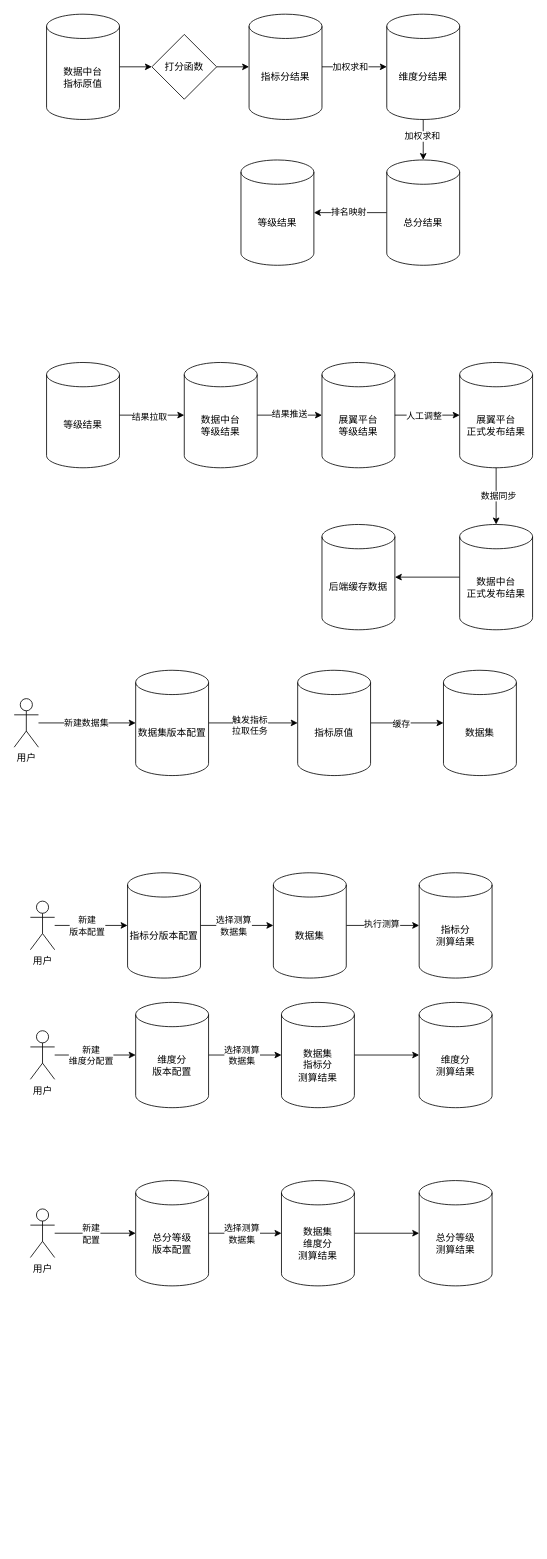
Earlier version of the draw.io diagram 友邦/友邦agent grade数据流程图.drawio (XiaoLiuAI/diagrams). Source tidied: cells renumbered, new cells numbered last; positions are measured from the earlier drawing's top-left corner, leaving out a move shared by most shapes. Both pictures are drawn from the tidied source at 81%, with x=0, y=0 at pixel (14, 14).
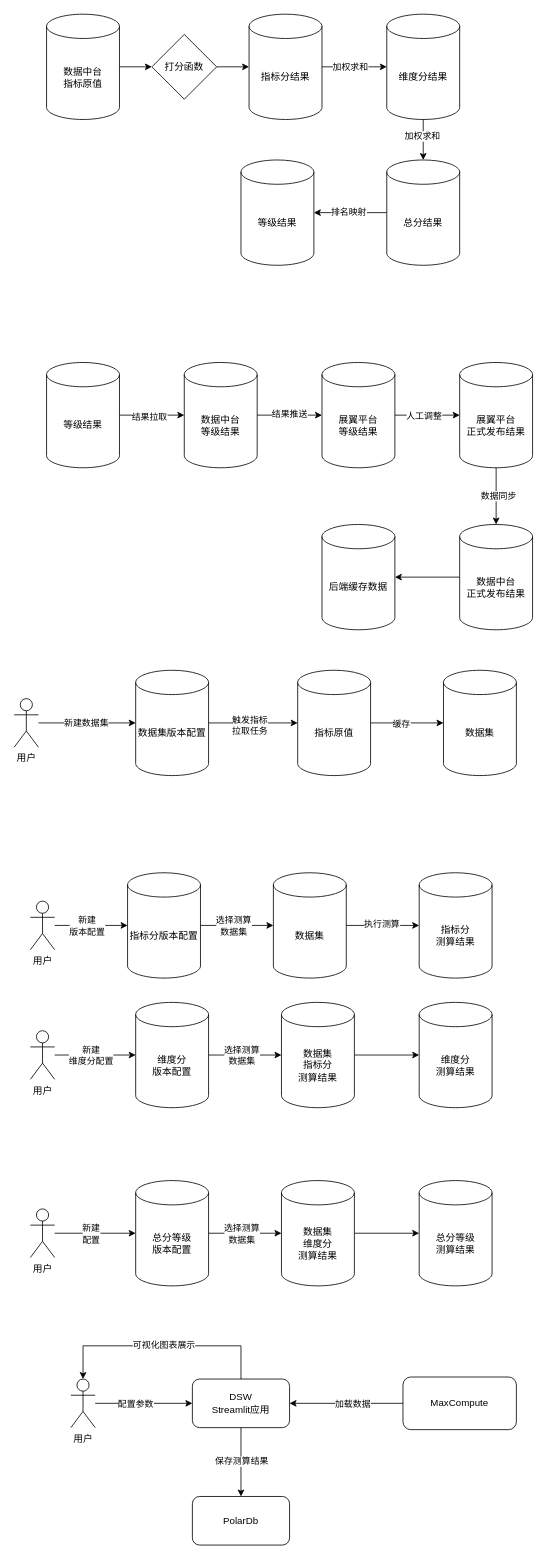
The same diagram, later.

Commit message:
Update 友邦agent grade数据流程图.drawio

What changed in the source:
```diff
@@
+    <mxCell id="69" style="edgeStyle=orthogonalEdgeStyle;rounded=0;jettySize=auto;html=1;" parent="1" edge="1" source="71" target="74">
+      <mxGeometry relative="1" as="geometry" />
+    </mxCell>
+    <mxCell id="70" value="配置参数" style="edgeLabel;html=1;align=center;verticalAlign=middle;" parent="69" vertex="1">
+      <mxGeometry x="-0.18" relative="1" as="geometry" />
+    </mxCell>
+    <mxCell id="71" value="用户" style="shape=umlActor;verticalLabelPosition=bottom;verticalAlign=top;html=1;outlineConnect=0;" parent="1" vertex="1">
+      <mxGeometry x="70" y="1685" width="30" height="60" as="geometry" />
+    </mxCell>
+    <mxCell id="72" style="edgeStyle=orthogonalEdgeStyle;rounded=0;jettySize=auto;html=1;entryX=0.5;entryY=0;entryDx=0;entryDy=0;" parent="1" edge="1" source="74" target="78">
+      <mxGeometry relative="1" as="geometry" />
+    </mxCell>
+    <mxCell id="73" value="保存测算结果" style="edgeLabel;html=1;align=center;verticalAlign=middle;" parent="72" vertex="1">
+      <mxGeometry x="-0.04" relative="1" as="geometry" />
+    </mxCell>
+    <mxCell id="74" value="&lt;div&gt;DSW&lt;/div&gt;Streamlit应用" style="rounded=1;whiteSpace=wrap;html=1;" parent="1" vertex="1">
+      <mxGeometry x="220" y="1685" width="120" height="60" as="geometry" />
+    </mxCell>
+    <mxCell id="75" style="edgeStyle=orthogonalEdgeStyle;rounded=0;jettySize=auto;html=1;" parent="1" edge="1" source="77" target="74">
+      <mxGeometry relative="1" as="geometry" />
+    </mxCell>
+    <mxCell id="76" value="加载数据" style="edgeLabel;html=1;align=center;verticalAlign=middle;" parent="75" vertex="1">
+      <mxGeometry x="-0.1" relative="1" as="geometry" />
+    </mxCell>
+    <mxCell id="77" value="MaxCompute" style="rounded=1;whiteSpace=wrap;html=1;" parent="1" vertex="1">
+      <mxGeometry x="480" y="1682.5" width="140" height="65" as="geometry" />
+    </mxCell>
+    <mxCell id="78" value="PolarDb&lt;div&gt;&lt;/div&gt;" style="rounded=1;whiteSpace=wrap;html=1;" parent="1" vertex="1">
+      <mxGeometry x="220" y="1830" width="120" height="60" as="geometry" />
+    </mxCell>
+    <mxCell id="79" style="edgeStyle=orthogonalEdgeStyle;rounded=0;jettySize=auto;html=1;entryX=0.5;entryY=0;entryDx=0;entryDy=0;entryPerimeter=0;" parent="1" edge="1" source="74" target="71">
+      <mxGeometry relative="1" as="geometry">
+        <Array as="points">
+          <mxPoint x="280" y="1644" />
+          <mxPoint x="85" y="1644" />
+        </Array>
+      </mxGeometry>
+    </mxCell>
+    <mxCell id="80" value="可视化图表展示" style="edgeLabel;html=1;align=center;verticalAlign=middle;" parent="79" vertex="1">
+      <mxGeometry x="0.16" y="-3" relative="1" as="geometry">
+        <mxPoint x="24" y="1" as="offset" />
+      </mxGeometry>
+    </mxCell>
```
